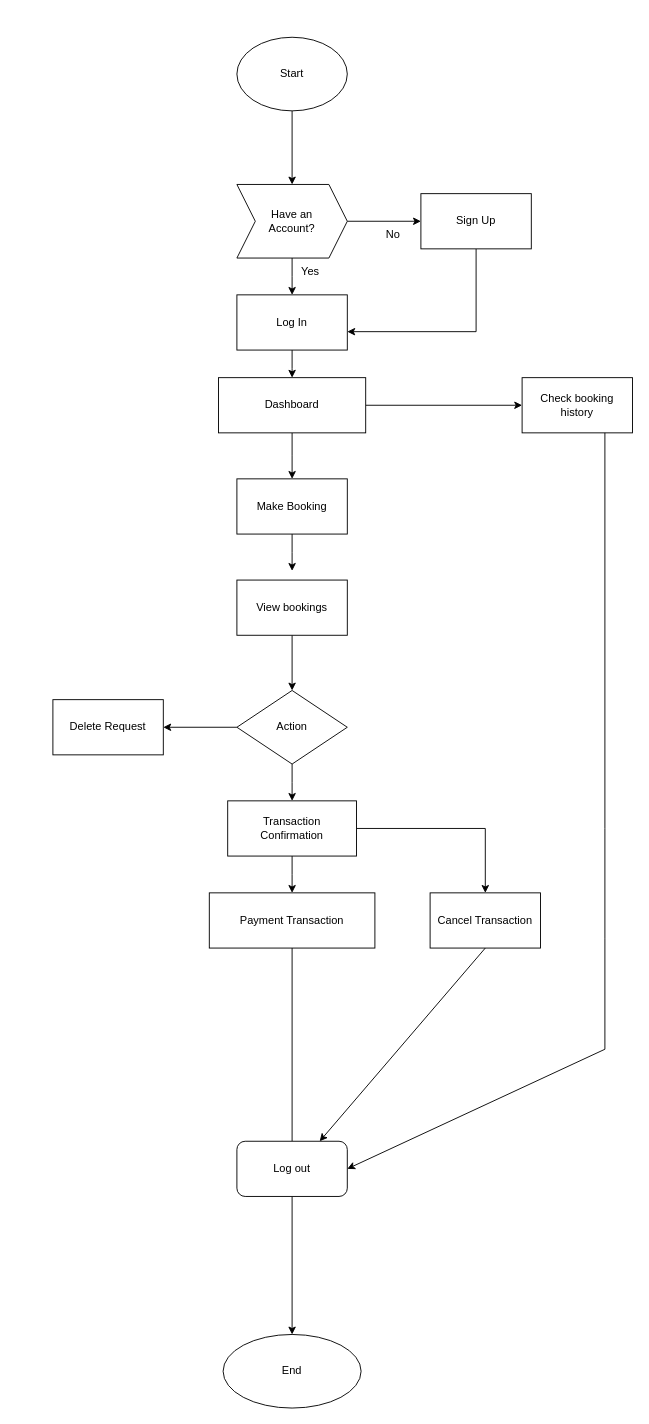
The draw.io diagram user diagram.drawio in gebeOCC/diagrams, before the edit. Source tidied: cells renumbered, new cells numbered last; positions are measured from the earlier drawing's top-left corner, leaving out a move shared by most shapes. Both pictures are drawn from the tidied source at 92%, with x=0, y=0 at pixel (52, 37).
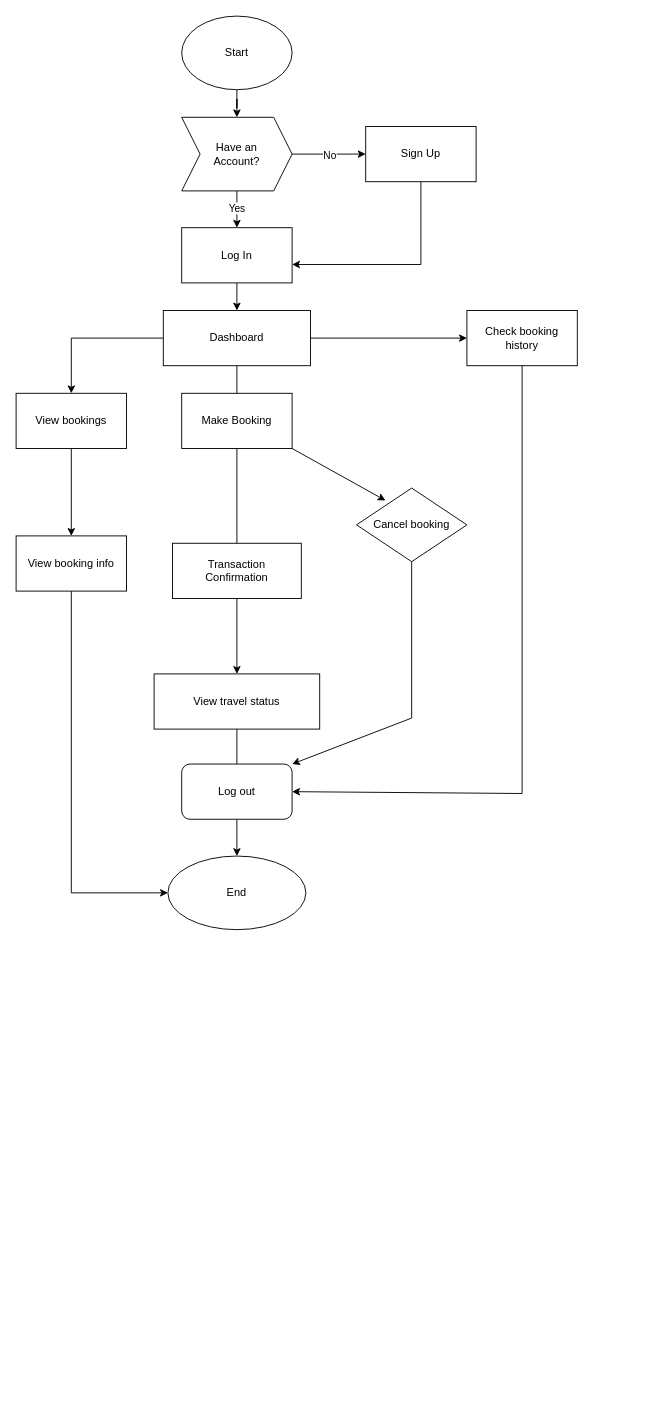
The same page after the edit.

The change refers to these unchanged cells:
```xml
<mxCell id="4" style="edgeStyle=orthogonalEdgeStyle;rounded=0;jettySize=auto;html=1;" parent="1" edge="1" source="6" target="8">
  <mxGeometry relative="1" as="geometry" />
</mxCell>
```

Change to the diagram source:
```diff
@@
     <mxCell id="3" value="Start" style="ellipse;whiteSpace=wrap;html=1;" parent="1" vertex="1">
-      <mxGeometry x="200" width="120" height="80" as="geometry" />
+      <mxGeometry x="140" y="-23" width="120" height="80" as="geometry" />
     </mxCell>
@@
+    <mxCell id="35" value="No" style="edgeLabel;html=1;align=center;verticalAlign=middle;" parent="4" vertex="1">
+      <mxGeometry y="-1" relative="1" as="geometry" />
+    </mxCell>
     <mxCell id="5" style="edgeStyle=orthogonalEdgeStyle;rounded=0;jettySize=auto;html=1;" parent="1" edge="1" source="6">
       <mxGeometry relative="1" as="geometry">
-        <mxPoint x="260" y="280" as="targetPoint" />
+        <mxPoint x="200" y="207" as="targetPoint" />
       </mxGeometry>
     </mxCell>
+    <mxCell id="34" value="Yes" style="edgeLabel;html=1;align=center;verticalAlign=middle;" parent="5" vertex="1">
+      <mxGeometry x="-0.11" y="-1" relative="1" as="geometry" />
+    </mxCell>
     <mxCell id="6" value="Have an &lt;br&gt;Account?" style="shape=step;perimeter=stepPerimeter;whiteSpace=wrap;html=1;fixedSize=1;" parent="1" vertex="1">
-      <mxGeometry x="200" y="160" width="120" height="80" as="geometry" />
+      <mxGeometry x="140" y="87" width="120" height="80" as="geometry" />
     </mxCell>
     <mxCell id="7" style="edgeStyle=orthogonalEdgeStyle;rounded=0;jettySize=auto;html=1;entryX=1;entryY=0.5;entryDx=0;entryDy=0;exitX=0.5;exitY=1;exitDx=0;exitDy=0;" parent="1" edge="1" source="8">
       <mxGeometry relative="1" as="geometry">
-        <mxPoint x="320" y="320" as="targetPoint" />
+        <mxPoint x="260" y="247" as="targetPoint" />
         <Array as="points">
-          <mxPoint x="460" y="320" />
+          <mxPoint x="400" y="247" />
         </Array>
       </mxGeometry>
     </mxCell>
     <mxCell id="8" value="Sign Up" style="whiteSpace=wrap;html=1;" parent="1" vertex="1">
-      <mxGeometry x="400" y="170" width="120" height="60" as="geometry" />
+      <mxGeometry x="340" y="97" width="120" height="60" as="geometry" />
     </mxCell>
     <mxCell id="9" style="edgeStyle=orthogonalEdgeStyle;rounded=0;jettySize=auto;html=1;" parent="1" edge="1" source="10">
       <mxGeometry relative="1" as="geometry">
-        <mxPoint x="260" y="370" as="targetPoint" />
+        <mxPoint x="200" y="297" as="targetPoint" />
       </mxGeometry>
     </mxCell>
     <mxCell id="10" value="Log In" style="whiteSpace=wrap;html=1;" parent="1" vertex="1">
-      <mxGeometry x="200" y="280" width="120" height="60" as="geometry" />
+      <mxGeometry x="140" y="207" width="120" height="60" as="geometry" />
     </mxCell>
     <mxCell id="11" style="edgeStyle=orthogonalEdgeStyle;rounded=0;jettySize=auto;html=1;" parent="1" edge="1" source="13">
       <mxGeometry relative="1" as="geometry">
-        <mxPoint x="260" y="480" as="targetPoint" />
+        <mxPoint x="200" y="407" as="targetPoint" />
       </mxGeometry>
     </mxCell>
@@
     <mxCell id="13" value="Dashboard" style="whiteSpace=wrap;html=1;" parent="1" vertex="1">
-      <mxGeometry x="180" y="370" width="160" height="60" as="geometry" />
+      <mxGeometry x="120" y="297" width="160" height="60" as="geometry" />
     </mxCell>
-    <mxCell id="14" style="edgeStyle=orthogonalEdgeStyle;rounded=0;jettySize=auto;html=1;" parent="1" edge="1" source="15">
+    <mxCell id="14" style="edgeStyle=orthogonalEdgeStyle;rounded=0;jettySize=auto;html=1;entryX=0;entryY=0.5;entryDx=0;entryDy=0;exitX=0.5;exitY=1;exitDx=0;exitDy=0;" parent="1" edge="1" source="38" target="33">
       <mxGeometry relative="1" as="geometry">
-        <mxPoint x="260" y="580" as="targetPoint" />
+        <Array as="points">
+          <mxPoint x="20" y="930" />
+        </Array>
       </mxGeometry>
     </mxCell>
+    <mxCell id="36" style="edgeStyle=orthogonalEdgeStyle;rounded=0;jettySize=auto;html=1;" parent="1" edge="1" source="15">
+      <mxGeometry relative="1" as="geometry">
+        <mxPoint x="200" y="590" as="targetPoint" />
+      </mxGeometry>
+    </mxCell>
     <mxCell id="15" value="Make Booking" style="whiteSpace=wrap;html=1;" parent="1" vertex="1">
-      <mxGeometry x="200" y="480" width="120" height="60" as="geometry" />
+      <mxGeometry x="140" y="387" width="120" height="60" as="geometry" />
     </mxCell>
     <mxCell id="16" value="Check booking history" style="whiteSpace=wrap;html=1;" parent="1" vertex="1">
-      <mxGeometry x="510" y="370" width="120" height="60" as="geometry" />
+      <mxGeometry x="450" y="297" width="120" height="60" as="geometry" />
     </mxCell>
-    <mxCell id="17" style="edgeStyle=orthogonalEdgeStyle;rounded=0;jettySize=auto;html=1;" parent="1" edge="1" source="18" target="21">
-      <mxGeometry relative="1" as="geometry" />
-    </mxCell>
-    <mxCell id="18" value="View bookings" style="whiteSpace=wrap;html=1;" parent="1" vertex="1">
-      <mxGeometry x="200" y="590" width="120" height="60" as="geometry" />
-    </mxCell>
-    <mxCell id="19" style="edgeStyle=orthogonalEdgeStyle;rounded=0;jettySize=auto;html=1;" parent="1" edge="1" source="21" target="22">
-      <mxGeometry relative="1" as="geometry" />
-    </mxCell>
-    <mxCell id="20" style="edgeStyle=orthogonalEdgeStyle;rounded=0;jettySize=auto;html=1;" parent="1" edge="1" source="21">
-      <mxGeometry relative="1" as="geometry">
-        <mxPoint x="260" y="830" as="targetPoint" />
-      </mxGeometry>
-    </mxCell>
-    <mxCell id="21" value="Action" style="rhombus;whiteSpace=wrap;html=1;" parent="1" vertex="1">
-      <mxGeometry x="200" y="710" width="120" height="80" as="geometry" />
+    <mxCell id="21" value="Cancel booking" style="rhombus;whiteSpace=wrap;html=1;" parent="1" vertex="1">
+      <mxGeometry x="330" y="490" width="120" height="80" as="geometry" />
     </mxCell>
-    <mxCell id="22" value="Delete Request" style="whiteSpace=wrap;html=1;" parent="1" vertex="1">
-      <mxGeometry y="720" width="120" height="60" as="geometry" />
-    </mxCell>
     <mxCell id="23" style="edgeStyle=orthogonalEdgeStyle;rounded=0;jettySize=auto;html=1;" parent="1" edge="1" source="25">
       <mxGeometry relative="1" as="geometry">
-        <mxPoint x="260" y="930" as="targetPoint" />
+        <mxPoint x="200" y="692" as="targetPoint" />
       </mxGeometry>
     </mxCell>
-    <mxCell id="24" style="edgeStyle=orthogonalEdgeStyle;rounded=0;jettySize=auto;html=1;entryX=0.5;entryY=0;entryDx=0;entryDy=0;" parent="1" edge="1" source="25" target="27">
-      <mxGeometry relative="1" as="geometry" />
-    </mxCell>
     <mxCell id="25" value="Transaction&lt;br&gt;Confirmation" style="whiteSpace=wrap;html=1;" parent="1" vertex="1">
-      <mxGeometry x="190" y="830" width="140" height="60" as="geometry" />
+      <mxGeometry x="130" y="550" width="140" height="60" as="geometry" />
     </mxCell>
-    <mxCell id="26" value="Payment Transaction" style="whiteSpace=wrap;html=1;" parent="1" vertex="1">
-      <mxGeometry x="170" y="930" width="180" height="60" as="geometry" />
+    <mxCell id="26" value="View travel status" style="whiteSpace=wrap;html=1;" parent="1" vertex="1">
+      <mxGeometry x="110" y="692" width="180" height="60" as="geometry" />
     </mxCell>
-    <mxCell id="27" value="Cancel Transaction" style="whiteSpace=wrap;html=1;" parent="1" vertex="1">
-      <mxGeometry x="410" y="930" width="120" height="60" as="geometry" />
-    </mxCell>
@@
     <mxCell id="30" value="Log out" style="rounded=1;whiteSpace=wrap;html=1;" parent="1" vertex="1">
-      <mxGeometry x="200" y="1200" width="120" height="60" as="geometry" />
+      <mxGeometry x="140" y="790" width="120" height="60" as="geometry" />
     </mxCell>
-    <mxCell id="31" style="endArrow=classic;html=1;rounded=0;exitX=0.5;exitY=1;exitDx=0;exitDy=0;entryX=0.75;entryY=0;entryDx=0;entryDy=0;exitPerimeter=0;" parent="1" edge="1" source="27" target="30">
-      <mxGeometry relative="1" as="geometry" />
+    <mxCell id="31" style="endArrow=classic;html=1;rounded=0;exitX=0.5;exitY=1;exitDx=0;exitDy=0;entryX=1;entryY=0;entryDx=0;entryDy=0;" parent="1" edge="1" source="21" target="30">
+      <mxGeometry relative="1" as="geometry">
+        <Array as="points">
+          <mxPoint x="390" y="740" />
+        </Array>
+      </mxGeometry>
     </mxCell>
-    <mxCell id="32" style="endArrow=classic;html=1;rounded=0;exitX=0.75;exitY=1;exitDx=0;exitDy=0;entryX=1;entryY=0.5;entryDx=0;entryDy=0;" parent="1" edge="1" source="16" target="30">
+    <mxCell id="32" style="endArrow=classic;html=1;rounded=0;exitX=0.5;exitY=1;exitDx=0;exitDy=0;entryX=1;entryY=0.5;entryDx=0;entryDy=0;" parent="1" edge="1" source="16" target="30">
       <mxGeometry relative="1" as="geometry">
         <Array as="points">
-          <mxPoint x="600" y="860" />
-          <mxPoint x="600" y="980" />
-          <mxPoint x="600" y="1100" />
+          <mxPoint x="510" y="822" />
         </Array>
       </mxGeometry>
     </mxCell>
     <mxCell id="33" value="End" style="ellipse;whiteSpace=wrap;html=1;rounded=1;" parent="1" vertex="1">
-      <mxGeometry x="185" y="1410" width="150" height="80" as="geometry" />
+      <mxGeometry x="125" y="890" width="150" height="80" as="geometry" />
     </mxCell>
-    <mxCell id="34" value="Yes" style="text;html=1;align=center;verticalAlign=middle;whiteSpace=wrap;rounded=0;" parent="1" vertex="1">
-      <mxGeometry x="250" y="240" width="60" height="30" as="geometry" />
-    </mxCell>
-    <mxCell id="35" value="No" style="text;html=1;align=center;verticalAlign=middle;whiteSpace=wrap;rounded=0;" parent="1" vertex="1">
-      <mxGeometry x="340" y="200" width="60" height="30" as="geometry" />
-    </mxCell>
+    <mxCell id="37" style="edgeStyle=orthogonalEdgeStyle;rounded=0;jettySize=auto;html=1;exitX=0;exitY=0.5;exitDx=0;exitDy=0;" parent="1" edge="1" source="13" target="18">
+      <mxGeometry relative="1" as="geometry" />
+    </mxCell>
+    <mxCell id="18" value="View bookings" style="whiteSpace=wrap;html=1;" parent="1" vertex="1">
+      <mxGeometry x="-40" y="387" width="120" height="60" as="geometry" />
+    </mxCell>
+    <mxCell id="38" value="View booking info" style="whiteSpace=wrap;html=1;" parent="1" vertex="1">
+      <mxGeometry x="-40" y="542" width="120" height="60" as="geometry" />
+    </mxCell>
+    <mxCell id="39" style="endArrow=classic;html=1;rounded=0;exitX=0.5;exitY=1;exitDx=0;exitDy=0;entryX=0.5;entryY=0;entryDx=0;entryDy=0;" parent="1" edge="1" source="18" target="38">
+      <mxGeometry relative="1" as="geometry" />
+    </mxCell>
+    <mxCell id="40" style="endArrow=classic;html=1;rounded=0;exitX=1;exitY=1;exitDx=0;exitDy=0;entryX=0.263;entryY=0.169;entryDx=0;entryDy=0;entryPerimeter=0;" parent="1" edge="1" source="15" target="21">
+      <mxGeometry relative="1" as="geometry" />
+    </mxCell>
```
